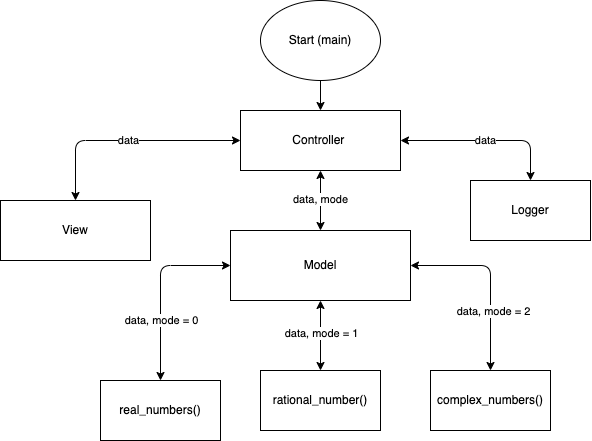
eamoe/python-course keeps this draw.io diagram as calc/calc_diagram.drawio.png. Above is the earlier version. Source tidied: cells renumbered, new cells last; positions are measured from the earlier drawing's top-left corner, leaving out a move shared by most shapes.
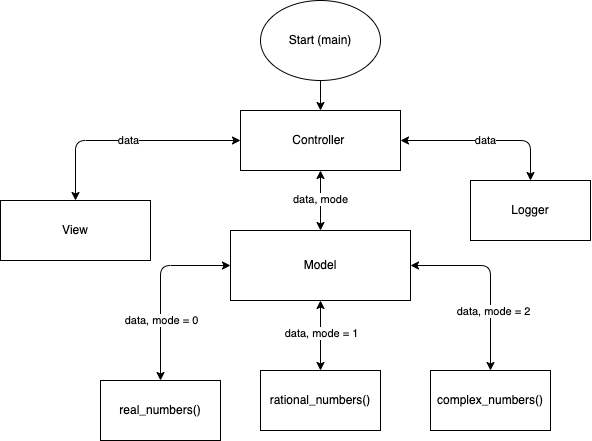
After the change.

Commit message:
One more update to the diagram

Diff of the diagram source:
```diff
@@ -52,7 +52,7 @@
         <mxPoint y="27" as="offset" />
       </mxGeometry>
     </mxCell>
-    <mxCell id="14" value="&lt;span&gt;rational_number()&lt;/span&gt;" style="whiteSpace=wrap;html=1;rounded=0;" parent="1" vertex="1">
+    <mxCell id="14" value="&lt;span&gt;rational_numbers()&lt;/span&gt;" style="whiteSpace=wrap;html=1;rounded=0;" parent="1" vertex="1">
       <mxGeometry x="260" y="370" width="120" height="60" as="geometry" />
     </mxCell>
     <mxCell id="15" style="endArrow=classic;startArrow=classic;html=1;entryX=0.5;entryY=1;entryDx=0;entryDy=0;exitX=0.5;exitY=0;exitDx=0;exitDy=0;" parent="1" edge="1" source="14" target="6">
```
